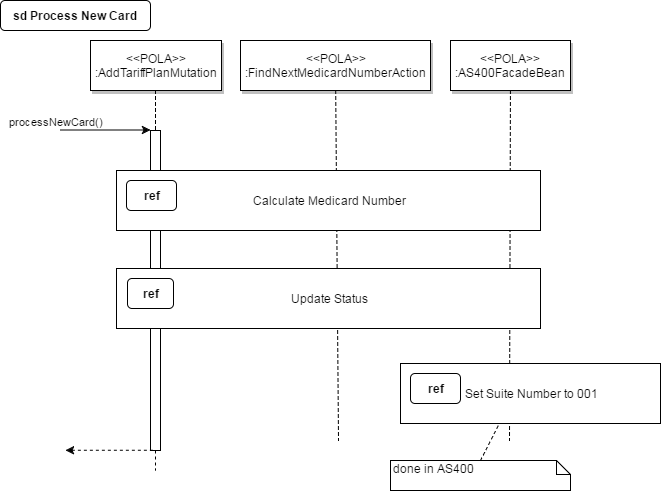
Above: diagrams-export/process_new_card.png in wim-dkv/pola (draw.io), before the change. Source tidied: cells renumbered, new cells last; positions are measured from the earlier drawing's top-left corner, leaving out a move shared by most shapes. The source it was exported from:
```xml
<mxGraphModel background="#ffffff">
  <root>
    <mxCell id="0" style="html=1;" />
    <mxCell id="1" style="html=1;" parent="0" />
    <mxCell id="2" style="edgeStyle=none;endArrow=none;dashed=1;html=1;" parent="1" edge="1" source="13">
      <mxGeometry x="312.3" y="165" as="geometry">
        <mxPoint x="338" y="440" as="targetPoint" />
      </mxGeometry>
    </mxCell>
    <mxCell id="3" style="fillColor=#FFFFFF;strokeColor=#000000;html=1;" parent="1" vertex="1">
      <mxGeometry x="150" y="130" width="10" height="320" as="geometry" />
    </mxCell>
    <mxCell id="4" value="processNewCard()" style="edgeStyle=none;verticalLabelPosition=top;verticalAlign=bottom;labelPosition=left;align=right;html=1;" parent="1" edge="1">
      <mxGeometry x="110" y="49.5" as="geometry">
        <mxPoint x="60" y="129.5" as="sourcePoint" />
        <mxPoint x="150" y="129.5" as="targetPoint" />
      </mxGeometry>
    </mxCell>
    <mxCell id="5" value="&amp;lt;&amp;lt;POLA&amp;gt;&amp;gt;&lt;br&gt;:AddTariffPlanMutation" style="shadow=1;fillColor=#FFFFFF;strokeColor=#000000;html=1;" parent="1" vertex="1">
      <mxGeometry x="90" y="40" width="131" height="50" as="geometry" />
    </mxCell>
    <mxCell id="6" value="&amp;lt;&amp;lt;POLA&amp;gt;&amp;gt;&lt;br&gt;:AS400FacadeBean" style="shadow=1;fillColor=#FFFFFF;strokeColor=#000000;html=1;" parent="1" vertex="1">
      <mxGeometry x="450" y="40" width="120" height="50" as="geometry" />
    </mxCell>
    <mxCell id="7" style="edgeStyle=none;verticalLabelPosition=top;verticalAlign=bottom;labelPosition=left;align=right;endArrow=none;startArrow=classic;dashed=1;html=1;" parent="1" edge="1">
      <mxGeometry x="115" y="369.8" as="geometry">
        <mxPoint x="65" y="449.8" as="sourcePoint" />
        <mxPoint x="155" y="449.8" as="targetPoint" />
      </mxGeometry>
    </mxCell>
    <mxCell id="8" style="edgeStyle=elbowEdgeStyle;elbow=horizontal;endArrow=none;dashed=1;html=1;" parent="1" edge="1" source="5" target="3">
      <mxGeometry x="230" y="310" as="geometry" />
    </mxCell>
    <mxCell id="9" style="edgeStyle=none;dashed=1;endArrow=none;html=1;" parent="1" edge="1" source="3">
      <mxGeometry x="50" y="300" as="geometry">
        <mxPoint x="155" y="470" as="targetPoint" />
      </mxGeometry>
    </mxCell>
    <mxCell id="10" value="sd Process New Card" style="rounded=1;fontStyle=1;fillColor=#FFFFFF;strokeColor=#000000;html=1;" parent="1" vertex="1">
      <mxGeometry width="150" height="30" as="geometry" />
    </mxCell>
    <mxCell id="11" style="rounded=0;html=1;endArrow=none;endFill=0;dashed=1;exitX=0.5;exitY=0;" parent="1" edge="1" source="12">
      <mxGeometry relative="1" as="geometry">
        <mxPoint x="498.9" y="423" as="targetPoint" />
      </mxGeometry>
    </mxCell>
    <mxCell id="12" value="done in AS400" style="shape=note;whiteSpace=wrap;html=1;size=14;verticalAlign=top;align=left;spacingTop=-6;rounded=0;" parent="1" vertex="1">
      <mxGeometry x="390" y="460" width="180" height="30" as="geometry" />
    </mxCell>
    <mxCell id="13" value="&amp;lt;&amp;lt;POLA&amp;gt;&amp;gt;&lt;br&gt;:FindNextMedicardNumberAction" style="shadow=1;fillColor=#FFFFFF;strokeColor=#000000;html=1;" parent="1" vertex="1">
      <mxGeometry x="240" y="40" width="190" height="50" as="geometry" />
    </mxCell>
    <mxCell id="14" style="edgeStyle=none;endArrow=none;dashed=1;html=1;" parent="1" edge="1" source="6">
      <mxGeometry x="472.3" y="168" as="geometry">
        <mxPoint x="509" y="440" as="targetPoint" />
      </mxGeometry>
    </mxCell>
    <mxCell id="15" style="group;" parent="1" vertex="1">
      <mxGeometry x="116" y="268" width="424" height="60" as="geometry" />
    </mxCell>
    <mxCell id="16" value="Update Status" style="whiteSpace=wrap;html=1;rounded=0;" parent="15" vertex="1">
      <mxGeometry width="424" height="60" as="geometry" />
    </mxCell>
    <mxCell id="17" value="&lt;b&gt;ref&lt;/b&gt;" style="whiteSpace=wrap;html=1;rounded=1;" parent="15" vertex="1">
      <mxGeometry x="11" y="10" width="46" height="30" as="geometry" />
    </mxCell>
    <mxCell id="18" style="group;" parent="1" vertex="1">
      <mxGeometry x="116" y="170" width="424" height="60" as="geometry" />
    </mxCell>
    <mxCell id="19" value="Calculate Medicard Number" style="whiteSpace=wrap;html=1;rounded=0;" parent="18" vertex="1">
      <mxGeometry width="424" height="60" as="geometry" />
    </mxCell>
    <mxCell id="20" value="&lt;b&gt;ref&lt;/b&gt;" style="whiteSpace=wrap;html=1;rounded=1;" parent="18" vertex="1">
      <mxGeometry x="10" y="10" width="50" height="30" as="geometry" />
    </mxCell>
    <mxCell id="21" style="group;" parent="1" vertex="1">
      <mxGeometry x="400" y="363" width="260" height="60" as="geometry" />
    </mxCell>
    <mxCell id="22" value="Set Suite Number to 001&lt;br&gt;" style="whiteSpace=wrap;html=1;rounded=0;flipV=1;" parent="21" vertex="1">
      <mxGeometry width="260" height="60" as="geometry" />
    </mxCell>
    <mxCell id="23" value="&lt;b&gt;ref&lt;/b&gt;" style="whiteSpace=wrap;html=1;rounded=1;" parent="21" vertex="1">
      <mxGeometry x="10" y="10" width="50" height="30" as="geometry" />
    </mxCell>
  </root>
</mxGraphModel>
```
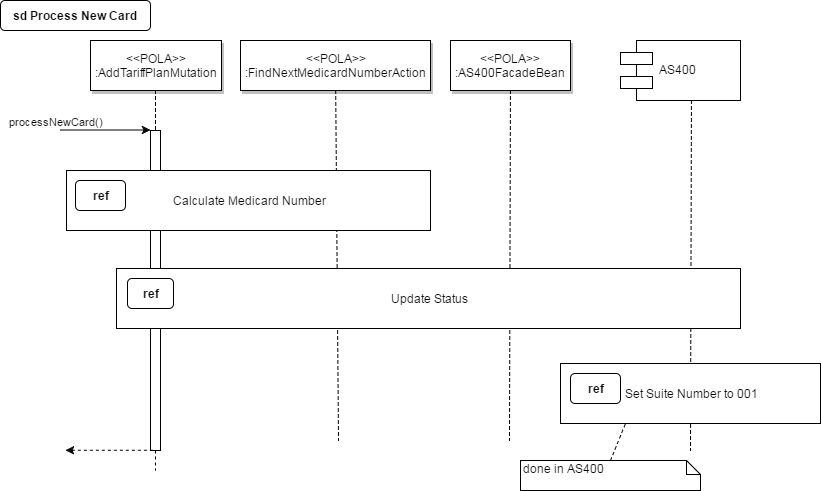
Above is the later version.

What changed in the source:
```diff
@@ -2,6 +2,12 @@
   <root>
     <mxCell id="0" style="html=1;" />
     <mxCell id="1" style="html=1;" parent="0" />
+    <mxCell id="24" style="edgeStyle=none;endArrow=none;dashed=1;html=1;" parent="1" edge="1">
+      <mxGeometry x="653.3" y="178" as="geometry">
+        <mxPoint x="690.9" y="100" as="sourcePoint" />
+        <mxPoint x="690" y="450" as="targetPoint" />
+      </mxGeometry>
+    </mxCell>
     <mxCell id="2" style="edgeStyle=none;endArrow=none;dashed=1;html=1;" parent="1" edge="1" source="13">
       <mxGeometry x="312.3" y="165" as="geometry">
         <mxPoint x="338" y="440" as="targetPoint" />
@@ -39,13 +45,11 @@
     <mxCell id="10" value="sd Process New Card" style="rounded=1;fontStyle=1;fillColor=#FFFFFF;strokeColor=#000000;html=1;" parent="1" vertex="1">
       <mxGeometry width="150" height="30" as="geometry" />
     </mxCell>
-    <mxCell id="11" style="rounded=0;html=1;endArrow=none;endFill=0;dashed=1;exitX=0.5;exitY=0;" parent="1" edge="1" source="12">
-      <mxGeometry relative="1" as="geometry">
-        <mxPoint x="498.9" y="423" as="targetPoint" />
-      </mxGeometry>
+    <mxCell id="11" style="rounded=0;html=1;endArrow=none;endFill=0;dashed=1;exitX=0.5;exitY=0;entryX=0.25;entryY=0;" parent="1" edge="1" source="12" target="22">
+      <mxGeometry relative="1" as="geometry" />
     </mxCell>
     <mxCell id="12" value="done in AS400" style="shape=note;whiteSpace=wrap;html=1;size=14;verticalAlign=top;align=left;spacingTop=-6;rounded=0;" parent="1" vertex="1">
-      <mxGeometry x="390" y="460" width="180" height="30" as="geometry" />
+      <mxGeometry x="520" y="460" width="180" height="30" as="geometry" />
     </mxCell>
     <mxCell id="13" value="&amp;lt;&amp;lt;POLA&amp;gt;&amp;gt;&lt;br&gt;:FindNextMedicardNumberAction" style="shadow=1;fillColor=#FFFFFF;strokeColor=#000000;html=1;" parent="1" vertex="1">
       <mxGeometry x="240" y="40" width="190" height="50" as="geometry" />
@@ -55,32 +59,38 @@
         <mxPoint x="509" y="440" as="targetPoint" />
       </mxGeometry>
     </mxCell>
-    <mxCell id="15" style="group;" parent="1" vertex="1">
-      <mxGeometry x="116" y="268" width="424" height="60" as="geometry" />
-    </mxCell>
+    <mxCell id="21" style="group;" parent="1" vertex="1">
+      <mxGeometry x="400" y="363" width="260" height="60" as="geometry" />
+    </mxCell>
+    <mxCell id="25" style="group;" parent="21" vertex="1">
+      <mxGeometry x="160" width="260" height="60" as="geometry" />
+    </mxCell>
+    <mxCell id="22" value="Set Suite Number to 001&lt;br&gt;" style="whiteSpace=wrap;html=1;rounded=0;flipV=1;" parent="25" vertex="1">
+      <mxGeometry width="260" height="60" as="geometry" />
+    </mxCell>
+    <mxCell id="23" value="&lt;b&gt;ref&lt;/b&gt;" style="whiteSpace=wrap;html=1;rounded=1;" parent="25" vertex="1">
+      <mxGeometry x="10" y="10" width="50" height="30" as="geometry" />
+    </mxCell>
+    <mxCell id="26" value="AS400" style="shape=component;align=left;spacingLeft=36;rounded=0;" parent="1" vertex="1">
+      <mxGeometry x="620" y="40" width="120" height="60" as="geometry" />
+    </mxCell>
+    <mxCell id="27" style="group;" parent="1" vertex="1">
+      <mxGeometry x="66" y="170" width="364" height="60" as="geometry" />
+    </mxCell>
+    <mxCell id="19" value="Calculate&amp;nbsp;&lt;span&gt;Medicard Number&lt;/span&gt;" style="whiteSpace=wrap;html=1;rounded=0;" parent="27" vertex="1">
+      <mxGeometry width="364" height="60" as="geometry" />
+    </mxCell>
+    <mxCell id="20" value="&lt;b&gt;ref&lt;/b&gt;" style="whiteSpace=wrap;html=1;rounded=1;" parent="27" vertex="1">
+      <mxGeometry x="9" y="10" width="50" height="30" as="geometry" />
+    </mxCell>
+    <mxCell id="28" style="group;" parent="1" vertex="1">
+      <mxGeometry x="116" y="268" width="624" height="60" as="geometry" />
+    </mxCell>
-    <mxCell id="16" value="Update Status" style="whiteSpace=wrap;html=1;rounded=0;" parent="15" vertex="1">
-      <mxGeometry width="424" height="60" as="geometry" />
+    <mxCell id="16" value="Update Status" style="whiteSpace=wrap;html=1;rounded=0;" parent="28" vertex="1">
+      <mxGeometry width="624" height="60" as="geometry" />
     </mxCell>
-    <mxCell id="17" value="&lt;b&gt;ref&lt;/b&gt;" style="whiteSpace=wrap;html=1;rounded=1;" parent="15" vertex="1">
+    <mxCell id="17" value="&lt;b&gt;ref&lt;/b&gt;" style="whiteSpace=wrap;html=1;rounded=1;" parent="28" vertex="1">
       <mxGeometry x="11" y="10" width="46" height="30" as="geometry" />
     </mxCell>
-    <mxCell id="18" style="group;" parent="1" vertex="1">
-      <mxGeometry x="116" y="170" width="424" height="60" as="geometry" />
-    </mxCell>
-    <mxCell id="19" value="Calculate Medicard Number" style="whiteSpace=wrap;html=1;rounded=0;" parent="18" vertex="1">
-      <mxGeometry width="424" height="60" as="geometry" />
-    </mxCell>
-    <mxCell id="20" value="&lt;b&gt;ref&lt;/b&gt;" style="whiteSpace=wrap;html=1;rounded=1;" parent="18" vertex="1">
-      <mxGeometry x="10" y="10" width="50" height="30" as="geometry" />
-    </mxCell>
-    <mxCell id="21" style="group;" parent="1" vertex="1">
-      <mxGeometry x="400" y="363" width="260" height="60" as="geometry" />
-    </mxCell>
-    <mxCell id="22" value="Set Suite Number to 001&lt;br&gt;" style="whiteSpace=wrap;html=1;rounded=0;flipV=1;" parent="21" vertex="1">
-      <mxGeometry width="260" height="60" as="geometry" />
-    </mxCell>
-    <mxCell id="23" value="&lt;b&gt;ref&lt;/b&gt;" style="whiteSpace=wrap;html=1;rounded=1;" parent="21" vertex="1">
-      <mxGeometry x="10" y="10" width="50" height="30" as="geometry" />
-    </mxCell>
   </root>
 </mxGraphModel>
```
